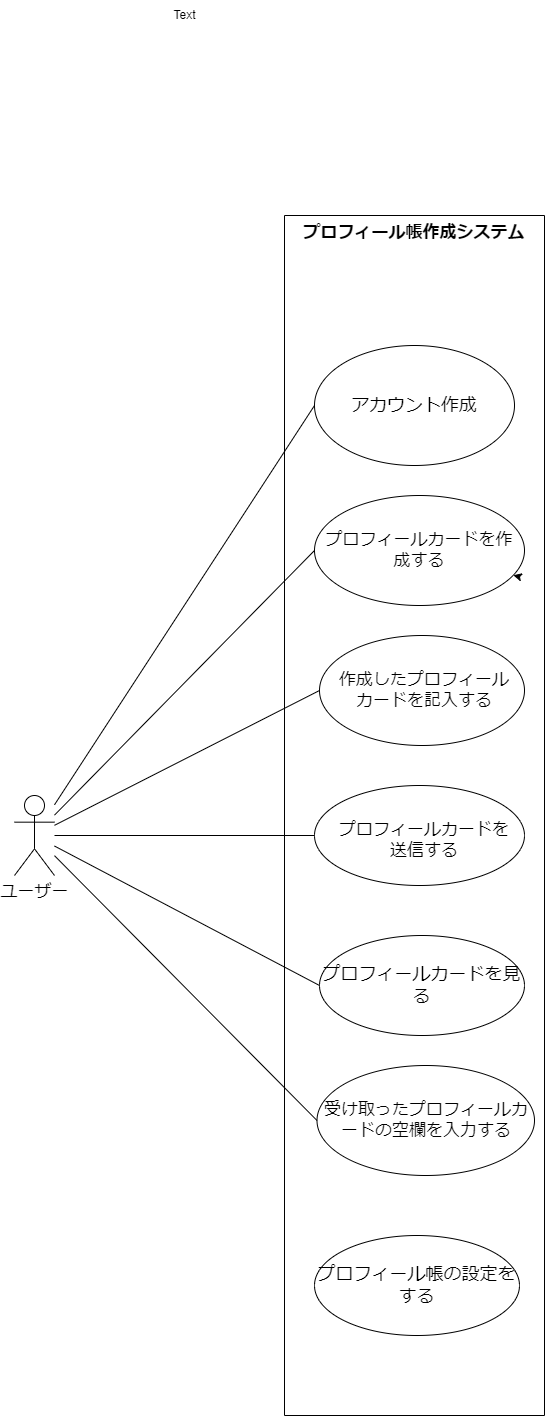
This is usecase.drawio.png from MoritMorit/psp-pro4, a draw.io export, as it was before one commit. Source tidied: cells renumbered, new cells last; positions are measured from the earlier drawing's top-left corner, leaving out a move shared by most shapes.
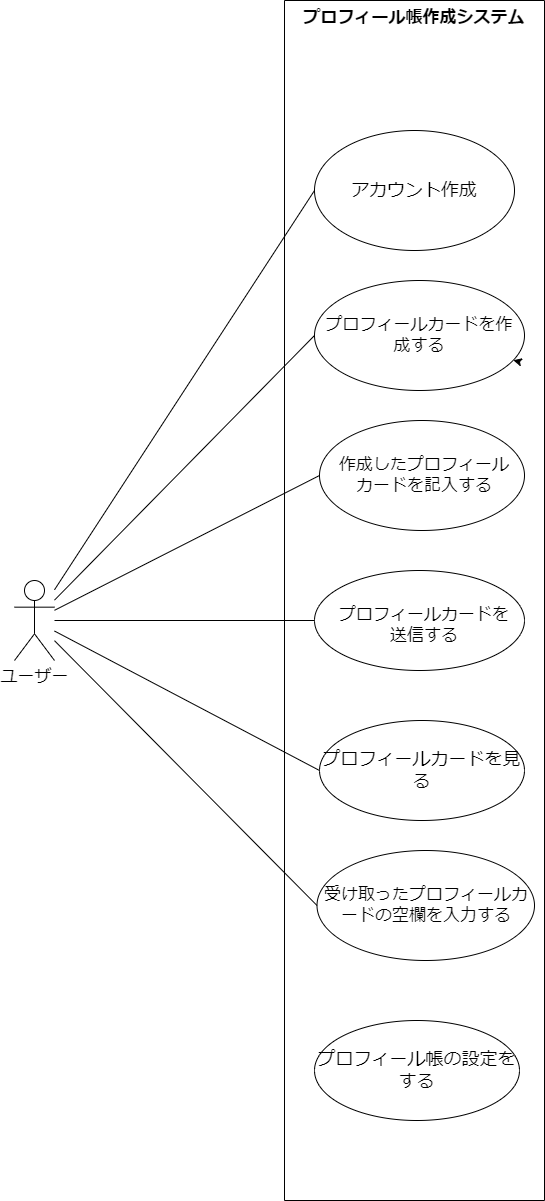
Later version of the same file.

The edit, as a diff of the source:
```diff
@@ -61,8 +61,5 @@
         <mxPoint x="300" y="405" as="targetPoint" />
       </mxGeometry>
     </mxCell>
-    <mxCell id="21" value="Text" style="text;html=1;align=center;verticalAlign=middle;strokeColor=none;fillColor=none;" parent="1" vertex="1">
-      <mxGeometry x="145" width="50" height="30" as="geometry" />
-    </mxCell>
   </root>
 </mxGraphModel>
```
